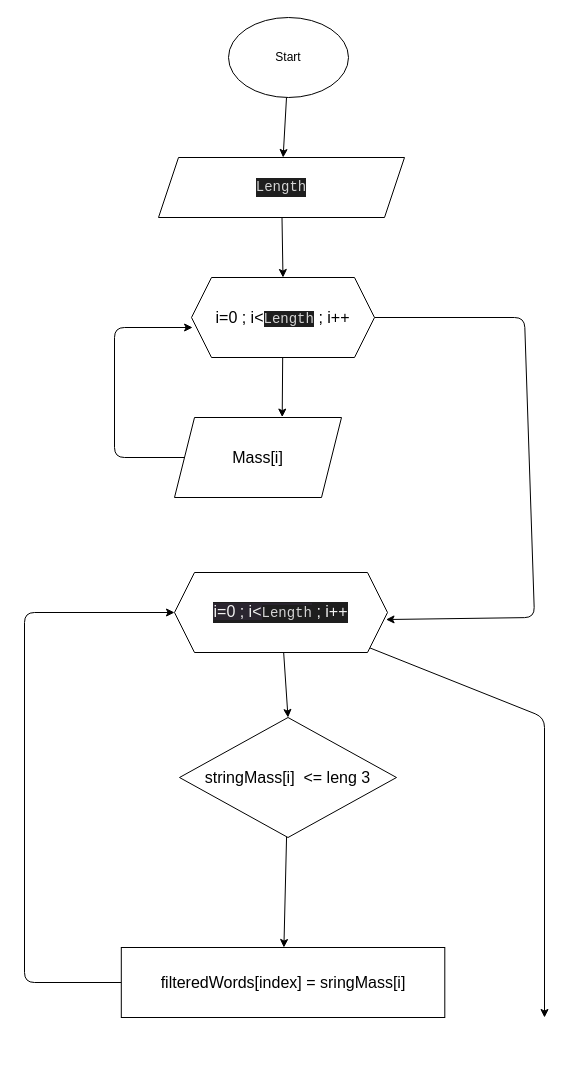
Earlier version of the draw.io diagram diagramma/1.drawio (PG2I/Final_work). Source tidied: cells renumbered, new cells numbered last; positions are measured from the earlier drawing's top-left corner, leaving out a move shared by most shapes. Both pictures are drawn from the tidied source at 100%, with x=0, y=0 at pixel (24, 17).
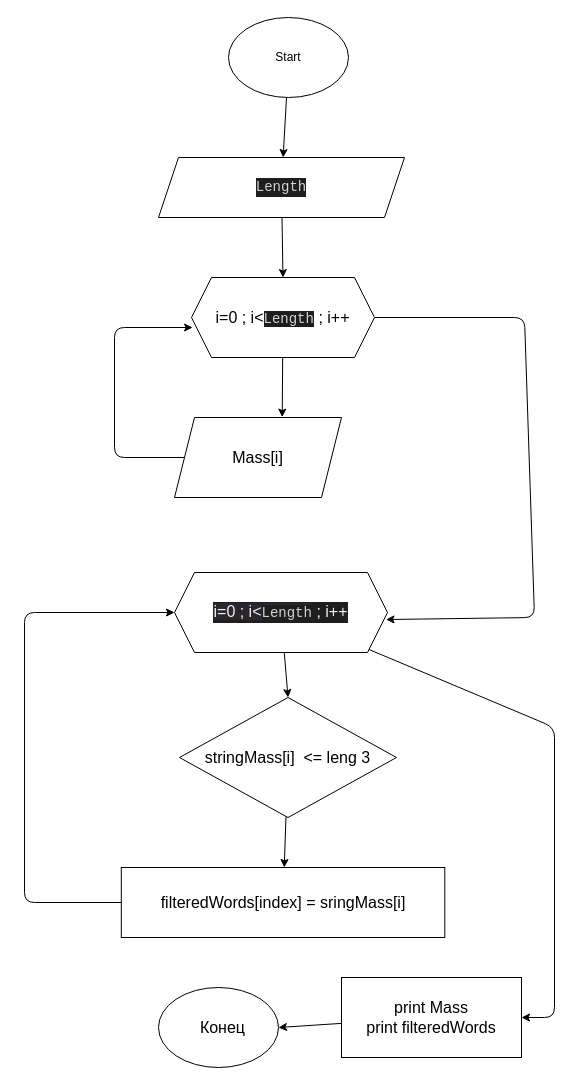
After the change.

Unchanged cells that the change refers to:
```xml
<mxCell id="13" value="&lt;div style=&quot;color: rgb(212, 212, 212); background-color: rgb(30, 30, 30); font-family: Consolas, &amp;quot;Courier New&amp;quot;, monospace; font-size: 14px; line-height: 19px;&quot;&gt;&lt;font style=&quot;color: rgb(240, 240, 240); font-family: Helvetica; background-color: rgb(42, 37, 47); font-size: 16px;&quot;&gt;i=0 ; i&amp;lt;&lt;span style=&quot;background-color: rgb(30, 30, 30); color: rgb(212, 212, 212); font-family: Consolas, &amp;quot;Courier New&amp;quot;, monospace; font-size: 14px;&quot;&gt;Length&lt;/span&gt;&lt;/font&gt;&lt;span style=&quot;color: rgb(240, 240, 240); font-family: Helvetica; background-color: initial; font-size: 16px;&quot;&gt;&amp;nbsp;; i++&lt;/span&gt;&lt;br&gt;&lt;/div&gt;" style="shape=hexagon;perimeter=hexagonPerimeter2;whiteSpace=wrap;html=1;fixedSize=1;fontSize=16;" parent="1" vertex="1">
  <mxGeometry x="150" y="555" width="213" height="80" as="geometry" />
</mxCell>
```

The edit, as a diff of the source:
```diff
@@
-    <mxCell id="12" style="edgeStyle=none;html=1;fontSize=16;" parent="1" edge="1" source="13">
+    <mxCell id="12" style="edgeStyle=none;html=1;fontSize=16;entryX=1;entryY=0.5;entryDx=0;entryDy=0;" parent="1" edge="1" source="13" target="19">
       <mxGeometry relative="1" as="geometry">
-        <mxPoint x="520" y="1000" as="targetPoint" />
         <Array as="points">
-          <mxPoint x="520" y="700" />
+          <mxPoint x="530" y="710" />
+          <mxPoint x="530" y="1000" />
         </Array>
       </mxGeometry>
     </mxCell>
@@
     <mxCell id="15" value="stringMass[i]&amp;nbsp;&lt;span style=&quot;background-color: initial;&quot;&gt;&amp;nbsp;&amp;lt;= leng 3&lt;/span&gt;" style="rhombus;whiteSpace=wrap;html=1;fontSize=16;" parent="1" vertex="1">
-      <mxGeometry x="155" y="700" width="217" height="120" as="geometry" />
+      <mxGeometry x="155" y="680" width="217" height="120" as="geometry" />
     </mxCell>
     <mxCell id="16" style="edgeStyle=none;html=1;entryX=0;entryY=0.5;entryDx=0;entryDy=0;fontSize=16;exitX=0;exitY=0.5;exitDx=0;exitDy=0;" parent="1" edge="1" source="17" target="13">
       <mxGeometry relative="1" as="geometry">
         <Array as="points">
-          <mxPoint y="965" />
+          <mxPoint y="885" />
           <mxPoint y="595" />
         </Array>
       </mxGeometry>
     </mxCell>
     <mxCell id="17" value="filteredWords[index] = sringMass[i]" style="whiteSpace=wrap;html=1;fontSize=16;" parent="1" vertex="1">
-      <mxGeometry x="96.8" y="930" width="323.5" height="70" as="geometry" />
+      <mxGeometry x="96.8" y="850" width="323.5" height="70" as="geometry" />
     </mxCell>
+    <mxCell id="18" style="edgeStyle=none;html=1;entryX=1;entryY=0.5;entryDx=0;entryDy=0;fontSize=16;" parent="1" edge="1" source="19" target="20">
+      <mxGeometry relative="1" as="geometry" />
+    </mxCell>
+    <mxCell id="19" value="print Mass&lt;br&gt;print filteredWords" style="rounded=0;whiteSpace=wrap;html=1;fontSize=16;" parent="1" vertex="1">
+      <mxGeometry x="317" y="960" width="180" height="80" as="geometry" />
+    </mxCell>
+    <mxCell id="20" value="&amp;nbsp; Конец" style="ellipse;whiteSpace=wrap;html=1;fontSize=16;" parent="1" vertex="1">
+      <mxGeometry x="134" y="970" width="120" height="80" as="geometry" />
+    </mxCell>
```
